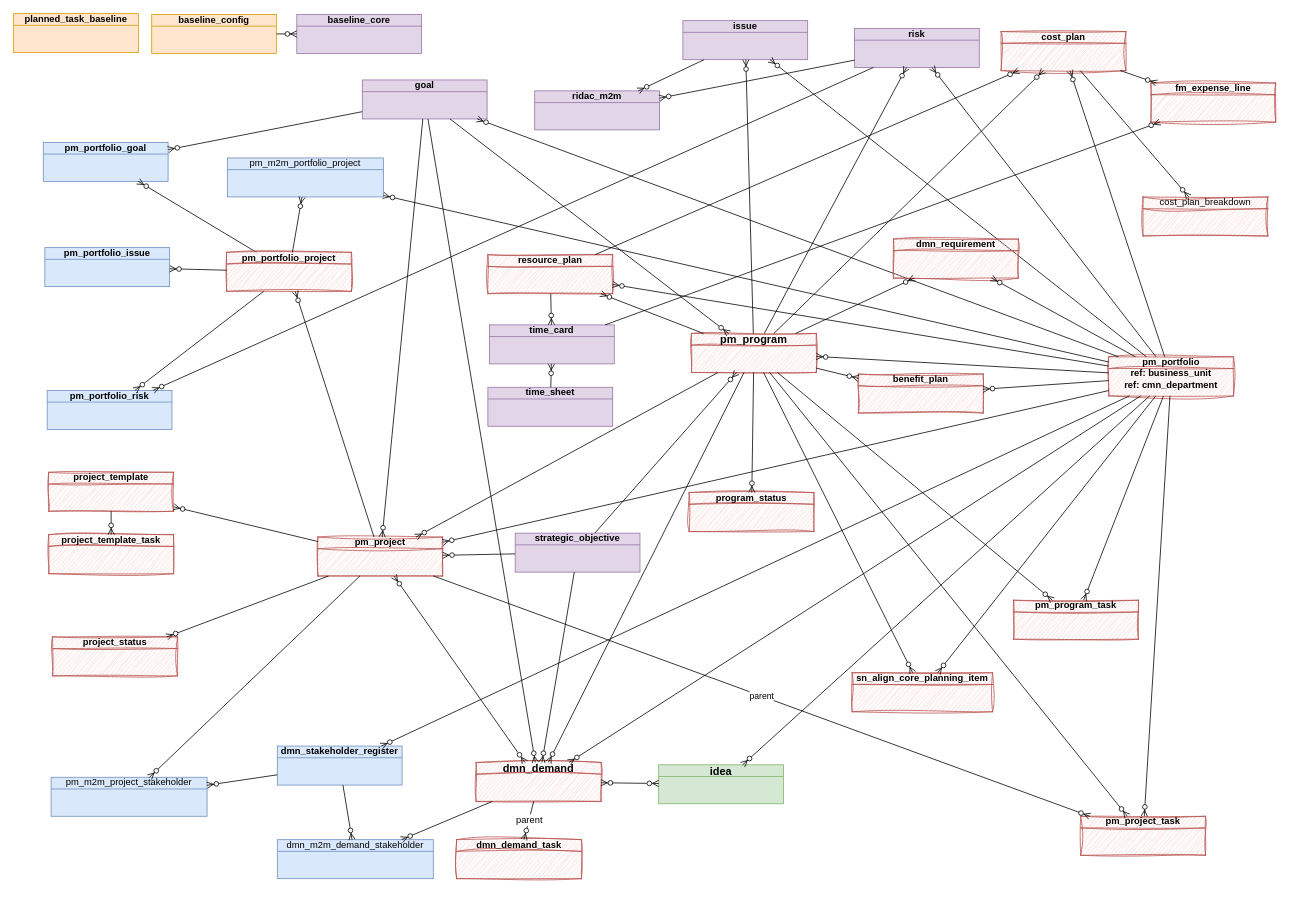
Earlier version of the draw.io diagram page "justContextDB" (2 of 15) of JTI.drawio (algimas/tmp). Source tidied: cells renumbered, new cells numbered last; positions are measured from the earlier drawing's top-left corner, leaving out a move shared by most shapes. Both pictures are drawn from the tidied source at 78%, with x=0, y=0 at pixel (13, 13).
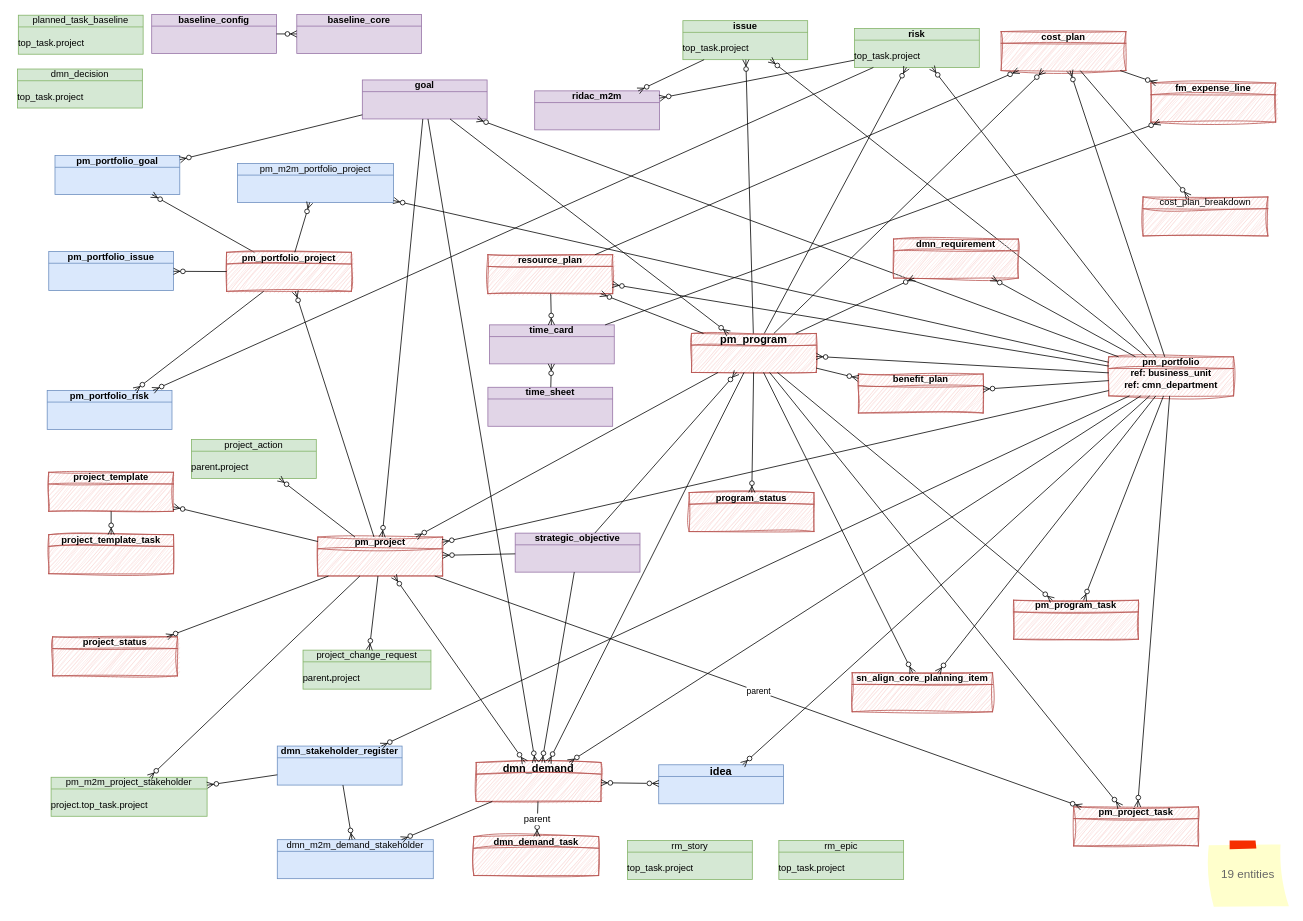
Above is the later version.

The change refers to these unchanged cells:
```xml
<mxCell id="4" value="pm_project" style="html=1;outlineConnect=0;whiteSpace=wrap;fillColor=#f8cecc;shape=mxgraph.archimate3.businessObject;overflow=fill;strokeColor=#b85450;fontStyle=1;sketch=1;curveFitting=1;jiggle=2;" parent="1" vertex="1">
  <mxGeometry x="390" y="671" width="160" height="50" as="geometry" />
</mxCell>
```

Change to the diagram source:
```diff
@@
     <mxCell id="2" value="pm_portfolio_goal" style="html=1;outlineConnect=0;whiteSpace=wrap;fillColor=#dae8fc;shape=mxgraph.archimate3.businessObject;overflow=fill;strokeColor=#6c8ebf;fontStyle=1;" parent="1" vertex="1">
-      <mxGeometry x="38" y="165" width="160" height="50" as="geometry" />
+      <mxGeometry x="53" y="182" width="160" height="50" as="geometry" />
     </mxCell>
@@
     <mxCell id="13" value="pm_portfolio_issue" style="html=1;outlineConnect=0;whiteSpace=wrap;fillColor=#dae8fc;shape=mxgraph.archimate3.businessObject;overflow=fill;strokeColor=#6c8ebf;fontStyle=1;" parent="1" vertex="1">
-      <mxGeometry x="40" y="300" width="160" height="50" as="geometry" />
+      <mxGeometry x="45" y="305" width="160" height="50" as="geometry" />
     </mxCell>
@@
     <mxCell id="16" value="pm_project_task" style="html=1;outlineConnect=0;whiteSpace=wrap;fillColor=#f8cecc;shape=mxgraph.archimate3.businessObject;overflow=fill;strokeColor=#b85450;fontStyle=1;sketch=1;curveFitting=1;jiggle=2;" parent="1" vertex="1">
-      <mxGeometry x="1368" y="1029" width="160" height="50" as="geometry" />
+      <mxGeometry x="1359" y="1017" width="160" height="50" as="geometry" />
     </mxCell>
@@
     <mxCell id="18" value="dmn_demand_task" style="html=1;outlineConnect=0;whiteSpace=wrap;fillColor=#f8cecc;shape=mxgraph.archimate3.businessObject;overflow=fill;strokeColor=#b85450;fontStyle=1;sketch=1;curveFitting=1;jiggle=2;" parent="1" vertex="1">
-      <mxGeometry x="568" y="1059" width="160" height="50" as="geometry" />
+      <mxGeometry x="590" y="1055" width="160" height="50" as="geometry" />
     </mxCell>
@@
-    <mxCell id="22" value="idea" style="html=1;outlineConnect=0;whiteSpace=wrap;fillColor=#d5e8d4;shape=mxgraph.archimate3.businessObject;overflow=fill;strokeColor=#82b366;fontStyle=1;fontSize=14;" parent="1" vertex="1">
+    <mxCell id="22" value="idea" style="html=1;outlineConnect=0;whiteSpace=wrap;fillColor=#dae8fc;shape=mxgraph.archimate3.businessObject;overflow=fill;strokeColor=#6c8ebf;fontStyle=1;fontSize=14;" parent="1" vertex="1">
       <mxGeometry x="827" y="963" width="160" height="50" as="geometry" />
     </mxCell>
@@
-    <mxCell id="48" value="risk" style="html=1;outlineConnect=0;whiteSpace=wrap;fillColor=#e1d5e7;shape=mxgraph.archimate3.businessObject;overflow=fill;strokeColor=#9673a6;fontStyle=1;" parent="1" vertex="1">
+    <mxCell id="48" value="&lt;div&gt;risk&lt;/div&gt;&lt;div&gt;&lt;br&gt;&lt;/div&gt;&lt;div align=&quot;left&quot;&gt;&lt;span style=&quot;font-weight: normal;&quot;&gt;top_task.&lt;/span&gt;&lt;span style=&quot;font-weight: normal;&quot;&gt;project&lt;/span&gt;&lt;/div&gt;" style="html=1;outlineConnect=0;whiteSpace=wrap;fillColor=#d5e8d4;shape=mxgraph.archimate3.businessObject;overflow=fill;strokeColor=#82b366;fontStyle=1;" parent="1" vertex="1">
       <mxGeometry x="1078" y="19" width="160" height="50" as="geometry" />
     </mxCell>
@@
-    <mxCell id="51" value="issue" style="html=1;outlineConnect=0;whiteSpace=wrap;fillColor=#e1d5e7;shape=mxgraph.archimate3.businessObject;overflow=fill;strokeColor=#9673a6;fontStyle=1;" parent="1" vertex="1">
+    <mxCell id="51" value="&lt;div&gt;issue&lt;/div&gt;&lt;div&gt;&lt;br&gt;&lt;/div&gt;&lt;div align=&quot;left&quot;&gt;&lt;span style=&quot;font-weight: normal;&quot;&gt;top_task.&lt;/span&gt;&lt;span style=&quot;font-weight: normal;&quot;&gt;project&lt;/span&gt;&lt;/div&gt;" style="html=1;outlineConnect=0;whiteSpace=wrap;fillColor=#d5e8d4;shape=mxgraph.archimate3.businessObject;overflow=fill;strokeColor=#82b366;fontStyle=1;" parent="1" vertex="1">
       <mxGeometry x="858" y="9" width="160" height="50" as="geometry" />
     </mxCell>
@@
-    <mxCell id="54" value="pm_m2m_project_stakeholder" style="html=1;outlineConnect=0;whiteSpace=wrap;fillColor=#dae8fc;shape=mxgraph.archimate3.businessObject;overflow=fill;strokeColor=#6c8ebf;" parent="1" vertex="1">
+    <mxCell id="54" value="&lt;div&gt;pm_m2m_project_stakeholder&lt;/div&gt;&lt;div&gt;&lt;br&gt;&lt;/div&gt;&lt;div&gt;&lt;div align=&quot;left&quot;&gt;&lt;span style=&quot;font-weight: normal;&quot;&gt;project.top_task.&lt;/span&gt;&lt;span style=&quot;font-weight: normal;&quot;&gt;project&lt;/span&gt;&lt;/div&gt;&lt;br&gt;&lt;/div&gt;" style="html=1;outlineConnect=0;whiteSpace=wrap;fillColor=#d5e8d4;shape=mxgraph.archimate3.businessObject;overflow=fill;strokeColor=#82b366;" parent="1" vertex="1">
       <mxGeometry x="48" y="979" width="200" height="50" as="geometry" />
     </mxCell>
@@
     <mxCell id="62" value="pm_m2m_portfolio_project" style="html=1;outlineConnect=0;whiteSpace=wrap;fillColor=#dae8fc;shape=mxgraph.archimate3.businessObject;overflow=fill;strokeColor=#6c8ebf;" parent="1" vertex="1">
-      <mxGeometry x="274" y="185" width="200" height="50" as="geometry" />
+      <mxGeometry x="287" y="192" width="200" height="50" as="geometry" />
     </mxCell>
@@
-    <mxCell id="92" value="baseline_config" style="html=1;outlineConnect=0;whiteSpace=wrap;fillColor=#ffe6cc;shape=mxgraph.archimate3.businessObject;overflow=fill;strokeColor=#d79b00;fontStyle=1;" parent="1" vertex="1">
+    <mxCell id="92" value="baseline_config" style="html=1;outlineConnect=0;whiteSpace=wrap;fillColor=#e1d5e7;shape=mxgraph.archimate3.businessObject;overflow=fill;strokeColor=#9673a6;fontStyle=1;" parent="1" vertex="1">
       <mxGeometry x="177" y="1" width="160" height="50" as="geometry" />
     </mxCell>
@@
-    <mxCell id="94" value="planned_task_baseline" style="html=1;whiteSpace=wrap;fillColor=#ffe6cc;shape=mxgraph.archimate3.businessObject;overflow=fill;strokeColor=#d79b00;fontStyle=1;" parent="1" vertex="1">
-      <mxGeometry width="160" height="50" as="geometry" />
-    </mxCell>
@@
+    <mxCell id="101" value="19 entities" style="strokeWidth=1;shadow=0;dashed=0;align=center;html=1;shape=mxgraph.mockup.text.stickyNote2;fontColor=#666666;mainText=;fontSize=15;whiteSpace=wrap;fillColor=#ffffcc;strokeColor=#F62E00;" parent="1" vertex="1">
+      <mxGeometry x="1529" y="1060" width="107" height="86" as="geometry" />
+    </mxCell>
+    <mxCell id="102" value="&lt;div&gt;&lt;span style=&quot;font-weight: normal;&quot;&gt;planned_task_baseline&lt;/span&gt;&lt;/div&gt;&lt;div&gt;&lt;br&gt;&lt;/div&gt;&lt;div align=&quot;left&quot;&gt;&lt;span style=&quot;font-weight: normal;&quot;&gt;top_task.project&lt;/span&gt;&lt;/div&gt;" style="html=1;whiteSpace=wrap;fillColor=#d5e8d4;shape=mxgraph.archimate3.businessObject;overflow=fill;strokeColor=#82b366;fontStyle=1;" parent="1" vertex="1">
+      <mxGeometry x="6" y="2" width="160" height="50" as="geometry" />
+    </mxCell>
+    <mxCell id="103" value="&lt;div&gt;&lt;span style=&quot;font-weight: normal;&quot;&gt;dmn_decision&lt;/span&gt;&lt;/div&gt;&lt;div&gt;&lt;br&gt;&lt;/div&gt;&lt;div align=&quot;left&quot;&gt;&lt;span style=&quot;font-weight: normal;&quot;&gt;top_task.project&lt;/span&gt;&lt;/div&gt;" style="html=1;whiteSpace=wrap;fillColor=#d5e8d4;shape=mxgraph.archimate3.businessObject;overflow=fill;strokeColor=#82b366;fontStyle=1;" parent="1" vertex="1">
+      <mxGeometry x="5" y="71" width="160" height="50" as="geometry" />
+    </mxCell>
+    <mxCell id="104" value="&lt;div&gt;&lt;span style=&quot;font-weight: normal;&quot;&gt;rm_story&lt;/span&gt;&lt;/div&gt;&lt;div&gt;&lt;br&gt;&lt;/div&gt;&lt;div align=&quot;left&quot;&gt;&lt;span style=&quot;font-weight: normal;&quot;&gt;top_task.&lt;/span&gt;&lt;span style=&quot;font-weight: normal;&quot;&gt;project&lt;/span&gt;&lt;/div&gt;" style="html=1;whiteSpace=wrap;fillColor=#d5e8d4;shape=mxgraph.archimate3.businessObject;overflow=fill;strokeColor=#82b366;fontStyle=1;shadow=0;" parent="1" vertex="1">
+      <mxGeometry x="787" y="1060" width="160" height="50" as="geometry" />
+    </mxCell>
+    <mxCell id="105" value="&lt;div&gt;&lt;span style=&quot;font-weight: normal;&quot;&gt;rm_epic&lt;/span&gt;&lt;/div&gt;&lt;div&gt;&lt;br&gt;&lt;/div&gt;&lt;div align=&quot;left&quot;&gt;&lt;span style=&quot;font-weight: normal;&quot;&gt;top_task.&lt;/span&gt;&lt;span style=&quot;font-weight: normal;&quot;&gt;project&lt;/span&gt;&lt;/div&gt;" style="html=1;whiteSpace=wrap;fillColor=#d5e8d4;shape=mxgraph.archimate3.businessObject;overflow=fill;strokeColor=#82b366;fontStyle=1;shadow=0;" parent="1" vertex="1">
+      <mxGeometry x="981" y="1060" width="160" height="50" as="geometry" />
+    </mxCell>
+    <mxCell id="106" value="&lt;div&gt;&lt;span style=&quot;font-weight: normal;&quot;&gt;project_action&lt;/span&gt;&lt;/div&gt;&lt;div&gt;&lt;br&gt;&lt;/div&gt;&lt;div align=&quot;left&quot;&gt;&lt;span style=&quot;font-weight: normal;&quot;&gt;parent&lt;/span&gt;.&lt;span style=&quot;font-weight: normal;&quot;&gt;project&lt;/span&gt;&lt;/div&gt;" style="html=1;outlineConnect=0;whiteSpace=wrap;fillColor=#d5e8d4;shape=mxgraph.archimate3.businessObject;overflow=fill;strokeColor=#82b366;fontStyle=1;" parent="1" vertex="1">
+      <mxGeometry x="228" y="546" width="160" height="50" as="geometry" />
+    </mxCell>
+    <mxCell id="107" style="fontSize=12;html=1;endArrow=ERzeroToMany;endFill=1;rounded=0;" parent="1" edge="1" source="4" target="106">
+      <mxGeometry relative="1" as="geometry" />
+    </mxCell>
+    <mxCell id="108" value="&lt;div&gt;&lt;span style=&quot;font-weight: normal;&quot;&gt;project_change_request&lt;/span&gt;&lt;/div&gt;&lt;div&gt;&lt;br&gt;&lt;/div&gt;&lt;div align=&quot;left&quot;&gt;&lt;span style=&quot;font-weight: normal;&quot;&gt;parent&lt;/span&gt;.&lt;span style=&quot;font-weight: normal;&quot;&gt;project&lt;/span&gt;&lt;/div&gt;" style="html=1;outlineConnect=0;whiteSpace=wrap;fillColor=#d5e8d4;shape=mxgraph.archimate3.businessObject;overflow=fill;strokeColor=#82b366;fontStyle=1;" parent="1" vertex="1">
+      <mxGeometry x="371" y="816" width="164" height="50" as="geometry" />
+    </mxCell>
+    <mxCell id="109" style="fontSize=12;html=1;endArrow=ERzeroToMany;endFill=1;rounded=0;" parent="1" edge="1" source="4" target="108">
+      <mxGeometry relative="1" as="geometry" />
+    </mxCell>
```
